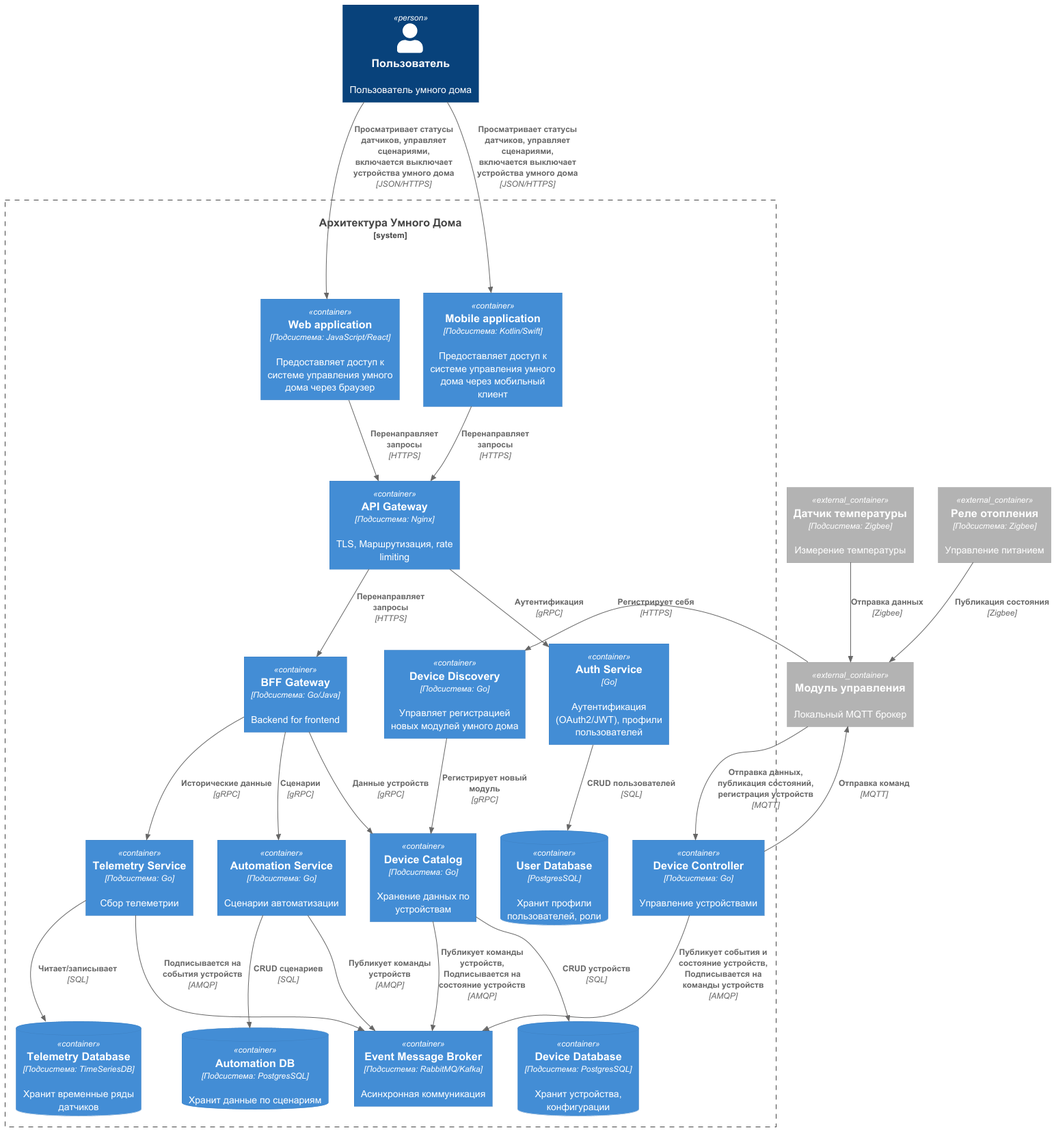
The PlantUML diagram docs/images/c4-containers.png in pojosim/architecture-warmhouse, before a commit.
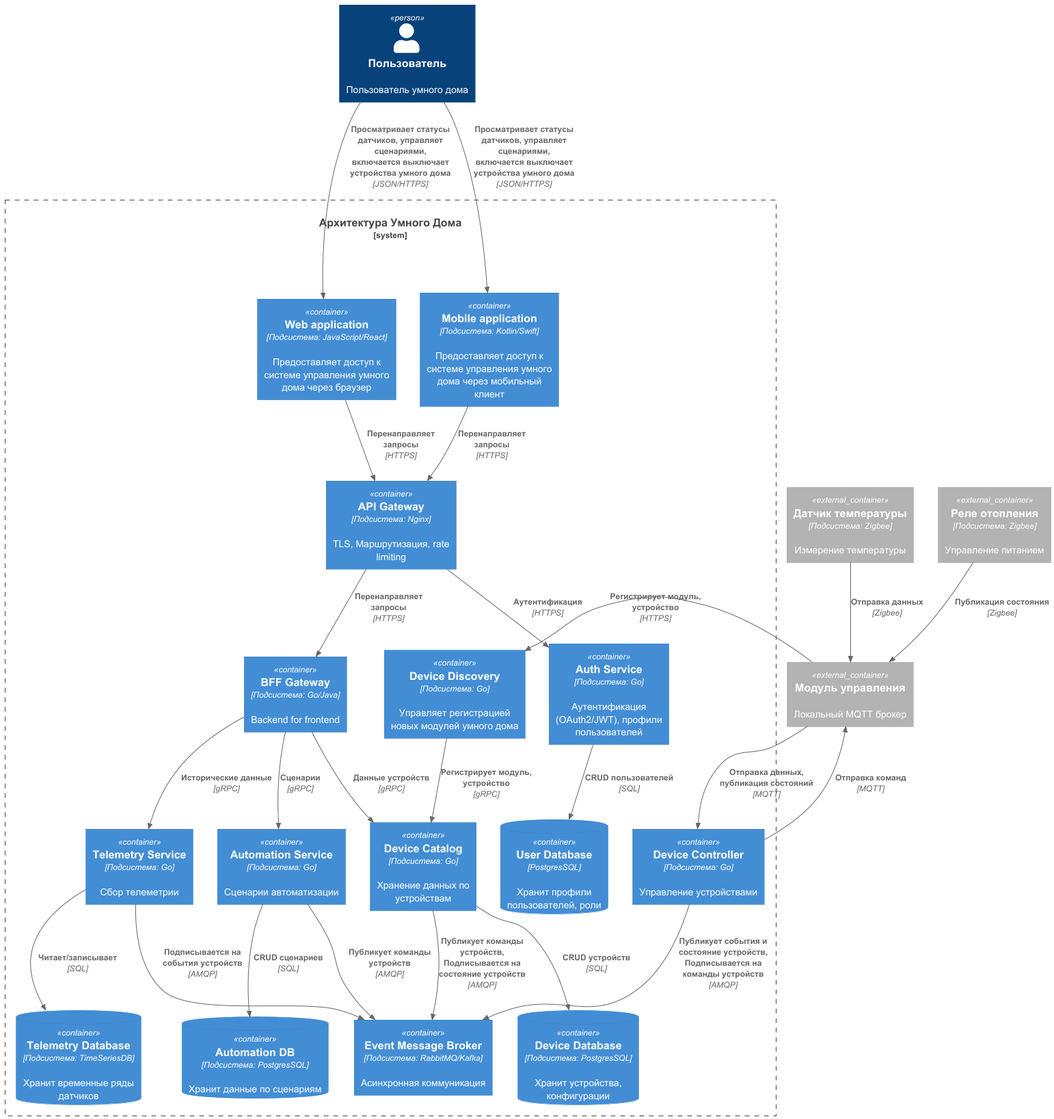
After the commit.

The edit, as a diff of the source:
```diff
@@ -11,7 +11,7 @@
     Container(web_service, "Web application", "Подсистема: JavaScript/React", "Предоставляет доступ к системе управления умного дома через браузер")
     Container(mobile_service, "Mobile application", "Подсистема: Kotlin/Swift", "Предоставляет доступ к системе управления умного дома через мобильный клиент")
 
-    Container(auth_service, "Auth Service", "Go", "Аутентификация (OAuth2/JWT), профили пользователей")
+    Container(auth_service, "Auth Service", "Подсистема: Go", "Аутентификация (OAuth2/JWT), профили пользователей")
     ContainerDb(user_db, "User Database", "PostgresSQL", "Хранит профили пользователей, роли")
 
     Container(device_catalog, "Device Catalog", "Подсистема: Go", "Хранение данных по устройствам")
@@ -36,7 +36,7 @@
 Rel(web_service, api_gateway, "Перенаправляет запросы", "HTTPS")
 
 Rel(api_gateway, bff_gateway, "Перенаправляет запросы", "HTTPS")
-Rel(api_gateway, auth_service, "Аутентификация", "gRPC")
+Rel(api_gateway, auth_service, "Аутентификация", "HTTPS")
 Rel(bff_gateway, device_catalog, "Данные устройств", "gRPC")
 Rel(bff_gateway, telemetry_service, "Исторические данные", "gRPC")
 Rel(bff_gateway, automation_service, "Сценарии", "gRPC")
@@ -46,7 +46,7 @@
 Rel(device_catalog, device_db, "CRUD устройств", "SQL")
 Rel(device_catalog, event_message_broker, "Публикует команды устройств, Подписывается на состояние устройств", "AMQP")
 Rel(device_controller, event_message_broker, "Публикует события и состояние устройств, Подписывается на команды устройств", "AMQP")
-Rel(device_discovery, device_catalog, "Регистрирует новый модуль", "gRPC")
+Rel(device_discovery, device_catalog, "Регистрирует модуль, устройство", "gRPC")
 
 Rel(automation_service, event_message_broker, "Публикует команды устройств", "AMQP")
 Rel(automation_service, automation_db, "CRUD сценариев", "SQL")
@@ -54,10 +54,9 @@
 Rel(telemetry_service, telemetry_db, "Читает/записывает", "SQL")
 Rel(telemetry_service, event_message_broker, "Подписывается на события устройств", "AMQP")
 
-Rel(smart_module, device_discovery, "Регистрирует себя", "HTTPS")
-Rel(smart_module, device_controller, "Отправка данных, публикация состояний, регистрация устройств", "MQTT")
+Rel(smart_module, device_discovery, "Регистрирует модуль, устройство", "HTTPS")
+Rel(smart_module, device_controller, "Отправка данных, публикация состояний", "MQTT")
 Rel(device_controller, smart_module, "Отправка команд", "MQTT")
 Rel(device1, smart_module, "Отправка данных", "Zigbee")
 Rel(device2, smart_module, "Публикация состояния", "Zigbee")
-
 @enduml
```
